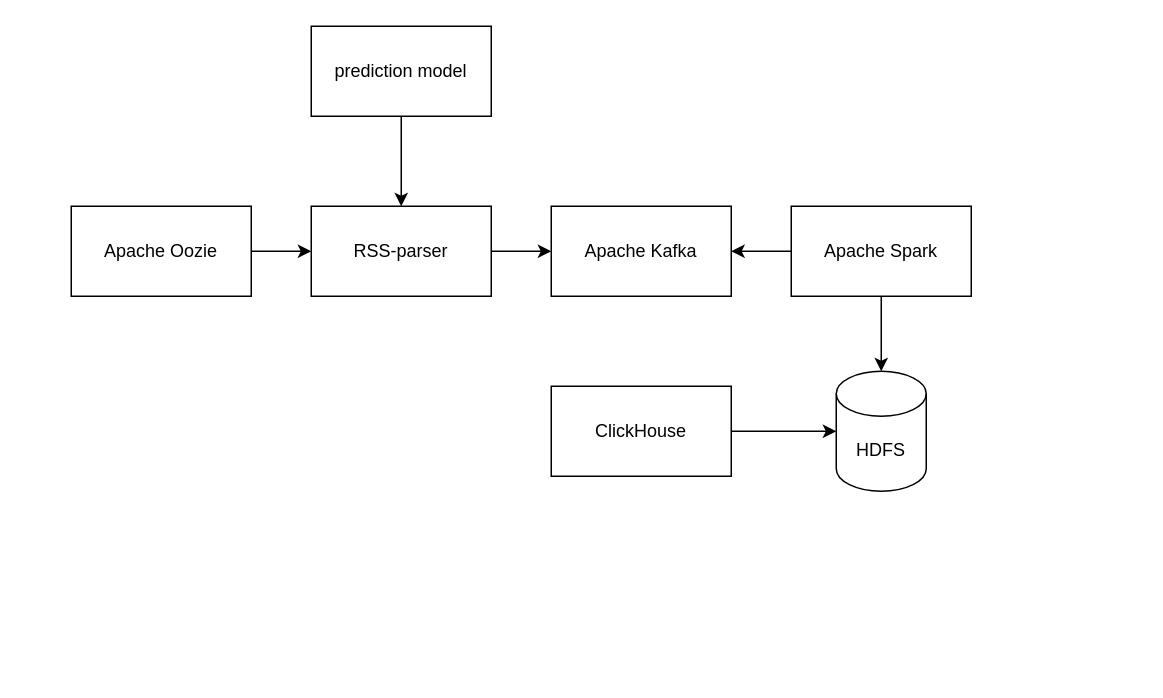
The draw.io diagram docs/diagram.drawio in atdushi/news_analysis, before the edit. Source tidied: cells renumbered, new cells numbered last; positions are measured from the earlier drawing's top-left corner, leaving out a move shared by most shapes. Both pictures are drawn from the tidied source at 150%, with x=0, y=0 at pixel (70, 26).
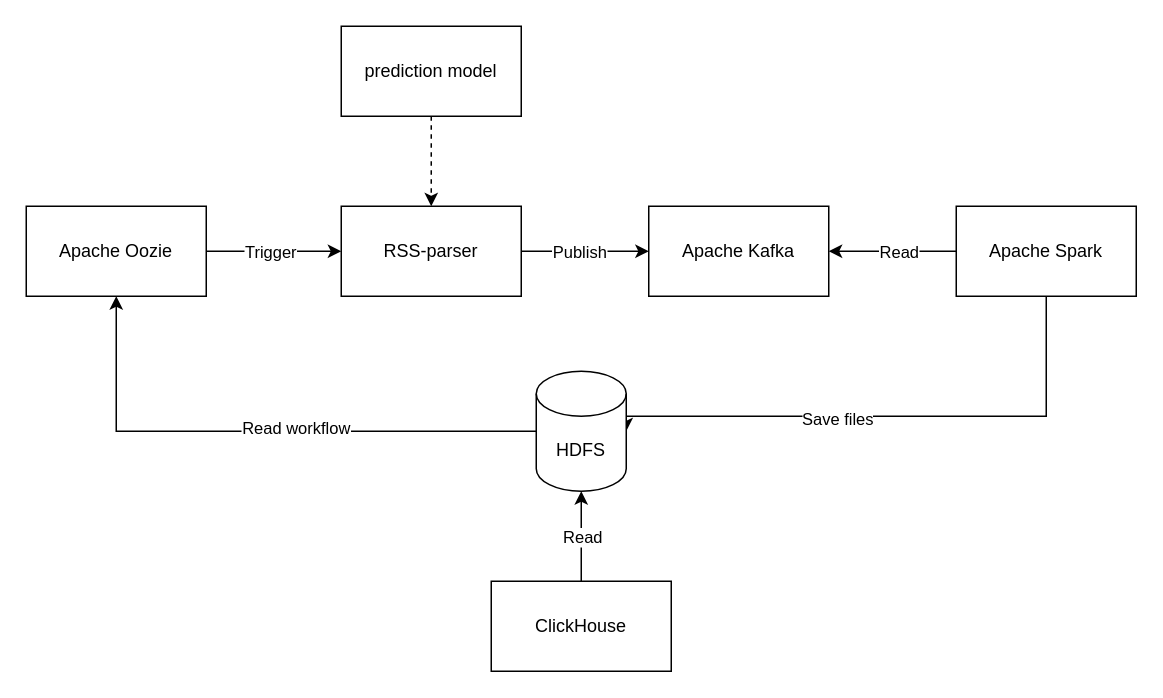
After the change.

Unchanged cells that the change refers to:
```xml
<mxCell id="2" style="edgeStyle=orthogonalEdgeStyle;rounded=0;jettySize=auto;html=1;" parent="1" edge="1" source="3" target="7">
  <mxGeometry relative="1" as="geometry" />
</mxCell>
<mxCell id="9" style="edgeStyle=orthogonalEdgeStyle;rounded=0;jettySize=auto;html=1;entryX=1;entryY=0.5;entryDx=0;entryDy=0;" parent="1" edge="1" source="11" target="8">
  <mxGeometry relative="1" as="geometry" />
</mxCell>
```

Change to the diagram source:
```diff
@@
+    <mxCell id="15" value="Trigger" style="edgeLabel;html=1;align=center;verticalAlign=middle;fontSize=11;" parent="2" vertex="1">
+      <mxGeometry x="0.7" y="-3" relative="1" as="geometry">
+        <mxPoint x="-35" y="-3" as="offset" />
+      </mxGeometry>
+    </mxCell>
     <mxCell id="3" value="Apache Oozie" style="rounded=0;whiteSpace=wrap;html=1;" parent="1" vertex="1">
-      <mxGeometry y="120" width="120" height="60" as="geometry" />
+      <mxGeometry x="-30" y="120" width="120" height="60" as="geometry" />
     </mxCell>
-    <mxCell id="4" style="edgeStyle=orthogonalEdgeStyle;rounded=0;jettySize=auto;html=1;entryX=0.5;entryY=0;entryDx=0;entryDy=0;" parent="1" edge="1" source="5" target="7">
+    <mxCell id="4" style="edgeStyle=orthogonalEdgeStyle;rounded=0;jettySize=auto;html=1;entryX=0.5;entryY=0;entryDx=0;entryDy=0;dashed=1;" parent="1" edge="1" source="5" target="7">
       <mxGeometry relative="1" as="geometry" />
     </mxCell>
     <mxCell id="5" value="prediction model" style="rounded=0;whiteSpace=wrap;html=1;" parent="1" vertex="1">
-      <mxGeometry x="160" width="120" height="60" as="geometry" />
+      <mxGeometry x="180" width="120" height="60" as="geometry" />
     </mxCell>
     <mxCell id="6" style="edgeStyle=orthogonalEdgeStyle;rounded=0;jettySize=auto;html=1;" parent="1" edge="1" source="7" target="8">
-      <mxGeometry relative="1" as="geometry" />
+      <mxGeometry relative="1" as="geometry">
+        <Array as="points">
+          <mxPoint x="320" y="150" />
+          <mxPoint x="320" y="150" />
+        </Array>
+      </mxGeometry>
     </mxCell>
+    <mxCell id="16" value="Publish" style="edgeLabel;html=1;align=center;verticalAlign=middle;fontSize=11;" parent="6" vertex="1">
+      <mxGeometry x="0.2" y="-1" relative="1" as="geometry">
+        <mxPoint x="-13" y="-1" as="offset" />
+      </mxGeometry>
+    </mxCell>
     <mxCell id="7" value="RSS-parser" style="rounded=0;whiteSpace=wrap;html=1;" parent="1" vertex="1">
-      <mxGeometry x="160" y="120" width="120" height="60" as="geometry" />
+      <mxGeometry x="180" y="120" width="120" height="60" as="geometry" />
     </mxCell>
     <mxCell id="8" value="Apache Kafka" style="rounded=0;whiteSpace=wrap;html=1;" parent="1" vertex="1">
-      <mxGeometry x="320" y="120" width="120" height="60" as="geometry" />
+      <mxGeometry x="385" y="120" width="120" height="60" as="geometry" />
     </mxCell>
@@
+    <mxCell id="17" value="Read" style="edgeLabel;html=1;align=center;verticalAlign=middle;" parent="9" vertex="1">
+      <mxGeometry x="-0.27" y="-1" relative="1" as="geometry">
+        <mxPoint x="-8" y="1" as="offset" />
+      </mxGeometry>
+    </mxCell>
-    <mxCell id="10" style="edgeStyle=orthogonalEdgeStyle;rounded=0;jettySize=auto;html=1;entryX=0.5;entryY=0;entryDx=0;entryDy=0;entryPerimeter=0;" parent="1" edge="1" source="11" target="12">
-      <mxGeometry relative="1" as="geometry" />
+    <mxCell id="10" style="edgeStyle=orthogonalEdgeStyle;rounded=0;jettySize=auto;html=1;entryX=1;entryY=0.5;entryDx=0;entryDy=0;entryPerimeter=0;" parent="1" edge="1" source="11" target="12">
+      <mxGeometry relative="1" as="geometry">
+        <Array as="points">
+          <mxPoint x="650" y="260" />
+        </Array>
+      </mxGeometry>
     </mxCell>
+    <mxCell id="18" value="Save files" style="edgeLabel;html=1;align=center;verticalAlign=middle;" parent="10" vertex="1">
+      <mxGeometry x="0.19" y="1" relative="1" as="geometry" />
+    </mxCell>
     <mxCell id="11" value="Apache Spark" style="rounded=0;whiteSpace=wrap;html=1;" parent="1" vertex="1">
-      <mxGeometry x="480" y="120" width="120" height="60" as="geometry" />
+      <mxGeometry x="590" y="120" width="120" height="60" as="geometry" />
     </mxCell>
+    <mxCell id="19" style="edgeStyle=orthogonalEdgeStyle;rounded=0;jettySize=auto;html=1;entryX=0.5;entryY=1;entryDx=0;entryDy=0;" parent="1" edge="1" source="12" target="3">
+      <mxGeometry relative="1" as="geometry" />
+    </mxCell>
+    <mxCell id="20" value="Read workflow" style="edgeLabel;html=1;align=center;verticalAlign=middle;" parent="19" vertex="1">
+      <mxGeometry x="-0.13" y="-3" relative="1" as="geometry" />
+    </mxCell>
     <mxCell id="12" value="HDFS" style="shape=cylinder3;whiteSpace=wrap;html=1;boundedLbl=1;backgroundOutline=1;size=15;" parent="1" vertex="1">
-      <mxGeometry x="510" y="230" width="60" height="80" as="geometry" />
+      <mxGeometry x="310" y="230" width="60" height="80" as="geometry" />
     </mxCell>
-    <mxCell id="13" style="edgeStyle=orthogonalEdgeStyle;rounded=0;jettySize=auto;html=1;entryX=0;entryY=0.5;entryDx=0;entryDy=0;entryPerimeter=0;" parent="1" edge="1" source="14" target="12">
+    <mxCell id="13" style="edgeStyle=orthogonalEdgeStyle;rounded=0;jettySize=auto;html=1;entryX=0.5;entryY=1;entryDx=0;entryDy=0;entryPerimeter=0;" parent="1" edge="1" source="14" target="12">
       <mxGeometry relative="1" as="geometry" />
     </mxCell>
+    <mxCell id="21" value="Read" style="edgeLabel;html=1;align=center;verticalAlign=middle;fontSize=11;" parent="13" vertex="1">
+      <mxGeometry x="0.24" relative="1" as="geometry">
+        <mxPoint y="7" as="offset" />
+      </mxGeometry>
+    </mxCell>
     <mxCell id="14" value="ClickHouse" style="rounded=0;whiteSpace=wrap;html=1;" parent="1" vertex="1">
-      <mxGeometry x="320" y="240" width="120" height="60" as="geometry" />
+      <mxGeometry x="280" y="370" width="120" height="60" as="geometry" />
     </mxCell>
```
